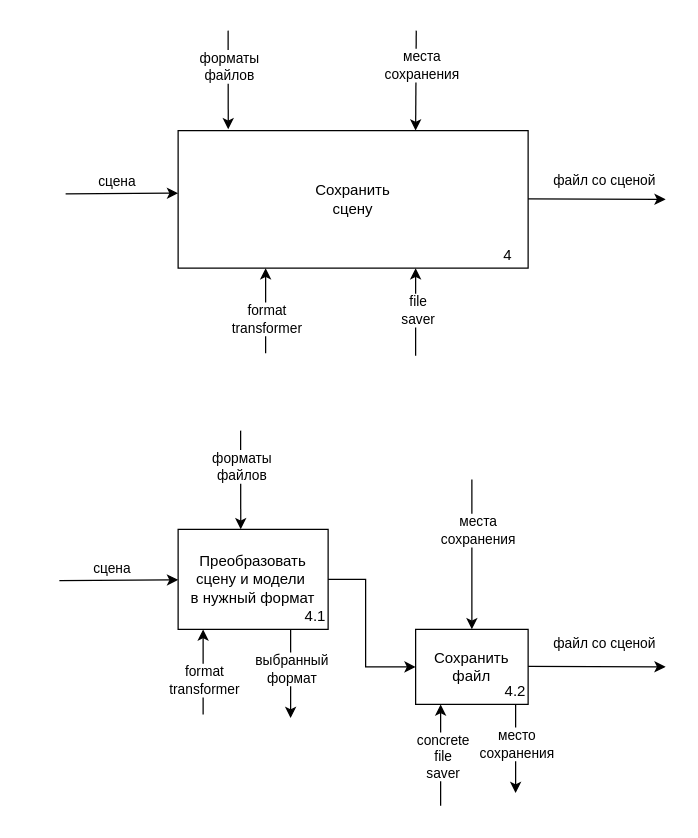
Above: page "4. Сохранение сцены" (5 of 6) of idef0/idef0.drawio in c0sx/3d-model-viewer-design (draw.io), before the change. Source tidied: cells renumbered, new cells numbered last; positions are measured from the earlier drawing's top-left corner, leaving out a move shared by most shapes. Both pictures are drawn from the tidied source at 125%, with x=0, y=0 at pixel (59, 30).
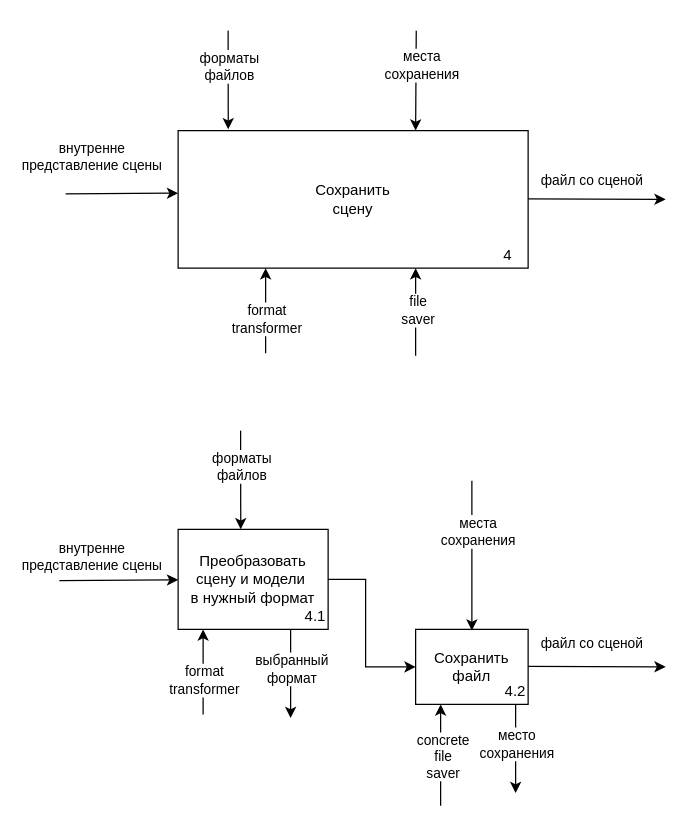
Above is the later version.

Unchanged cells that the change refers to:
```xml
<mxCell id="7" style="endArrow=classic;html=1;exitX=1;exitY=0.5;exitDx=0;exitDy=0;" parent="1" edge="1">
  <mxGeometry relative="1" as="geometry">
    <mxPoint x="375" y="508.5" as="sourcePoint" />
    <mxPoint x="485" y="509" as="targetPoint" />
  </mxGeometry>
</mxCell>
<mxCell id="13" style="endArrow=classic;html=1;targetPerimeterSpacing=0;strokeColor=#000000;strokeWidth=1;" parent="1" edge="1" target="2">
  <mxGeometry relative="1" as="geometry">
    <mxPoint y="440" as="sourcePoint" />
  </mxGeometry>
</mxCell>
<mxCell id="28" style="endArrow=classic;html=1;exitX=1;exitY=0.5;exitDx=0;exitDy=0;" parent="1" edge="1">
  <mxGeometry relative="1" as="geometry">
    <mxPoint x="375" y="134.5" as="sourcePoint" />
    <mxPoint x="485" y="135" as="targetPoint" />
  </mxGeometry>
</mxCell>
<mxCell id="30" style="endArrow=classic;html=1;targetPerimeterSpacing=0;strokeColor=#000000;strokeWidth=1;" parent="1" edge="1">
  <mxGeometry relative="1" as="geometry">
    <mxPoint x="5" y="130.6" as="sourcePoint" />
    <mxPoint x="95" y="130" as="targetPoint" />
  </mxGeometry>
</mxCell>
```

The edit, as a diff of the source:
```diff
@@
     <mxCell id="8" value="файл со сценой" style="edgeLabel;html=1;align=center;verticalAlign=middle;" parent="7" vertex="1">
       <mxGeometry x="-0.9" y="2" relative="1" as="geometry">
-        <mxPoint x="54" y="-17" as="offset" />
+        <mxPoint x="44" y="-17" as="offset" />
       </mxGeometry>
     </mxCell>
@@
-    <mxCell id="14" value="сцена" style="edgeLabel;html=1;align=center;verticalAlign=middle;" parent="13" vertex="1">
-      <mxGeometry x="-0.51" y="-1" relative="1" as="geometry">
-        <mxPoint x="18" y="-11" as="offset" />
-      </mxGeometry>
-    </mxCell>
@@
     <mxCell id="17" style="endArrow=classic;html=1;targetPerimeterSpacing=0;strokeColor=#000000;strokeWidth=1;" parent="1" edge="1">
       <mxGeometry relative="1" as="geometry">
-        <mxPoint x="330" y="359" as="sourcePoint" />
-        <mxPoint x="330" y="479" as="targetPoint" />
+        <mxPoint x="330" y="360" as="sourcePoint" />
+        <mxPoint x="330" y="480" as="targetPoint" />
       </mxGeometry>
     </mxCell>
@@
     <mxCell id="29" value="файл со сценой" style="edgeLabel;html=1;align=center;verticalAlign=middle;" parent="28" vertex="1">
       <mxGeometry x="-0.9" y="2" relative="1" as="geometry">
-        <mxPoint x="54" y="-13" as="offset" />
+        <mxPoint x="44" y="-13" as="offset" />
       </mxGeometry>
     </mxCell>
@@
-    <mxCell id="31" value="сцена" style="edgeLabel;html=1;align=center;verticalAlign=middle;" parent="30" vertex="1">
-      <mxGeometry x="-0.51" y="-1" relative="1" as="geometry">
-        <mxPoint x="18" y="-11" as="offset" />
-      </mxGeometry>
-    </mxCell>
@@
+    <mxCell id="37" value="внутренне &lt;br&gt;представление сцены" style="edgeLabel;html=1;align=center;verticalAlign=middle;" parent="1" vertex="1">
+      <mxGeometry x="25" y="100" as="geometry" />
+    </mxCell>
+    <mxCell id="38" value="внутренне &lt;br&gt;представление сцены" style="edgeLabel;html=1;align=center;verticalAlign=middle;" parent="1" vertex="1">
+      <mxGeometry x="25" y="420" as="geometry" />
+    </mxCell>
```
